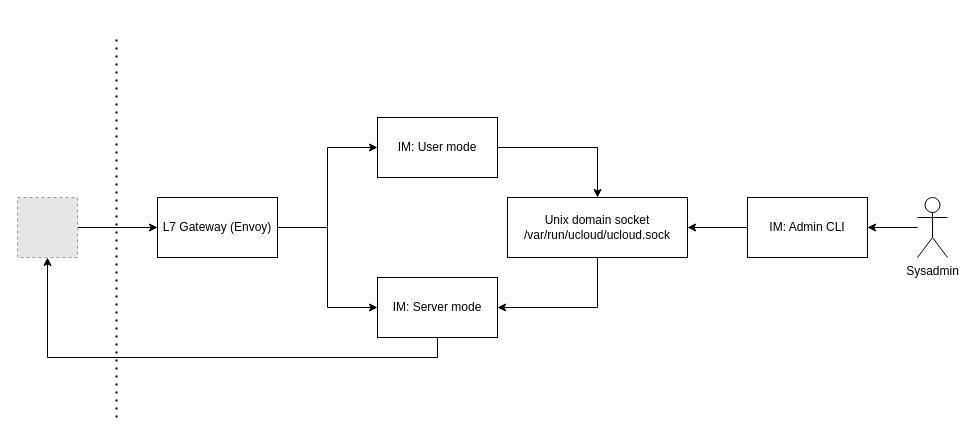
Earlier version of the draw.io diagram page "Overview" (1 of 3) of provider-integration/wiki/im_arch.drawio (SDU-eScience/UCloud). Source tidied: cells renumbered, new cells numbered last; positions are measured from the earlier drawing's top-left corner, leaving out a move shared by most shapes. Both pictures are drawn from the tidied source at 100%, with x=0, y=0 at pixel (17, 37). Pictures stored in the file or linked from it are replaced by grey dashed boxes.
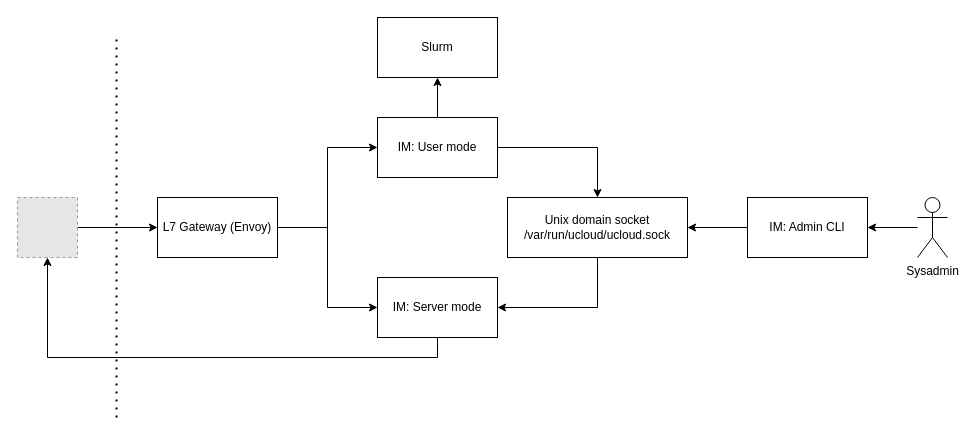
After the change.

The change refers to these unchanged cells:
```xml
<mxCell id="9" value="IM: User mode" style="rounded=0;whiteSpace=wrap;html=1;" parent="1" vertex="1">
  <mxGeometry x="360" y="80" width="120" height="60" as="geometry" />
</mxCell>
```

Change to the diagram source:
```diff
@@
+    <mxCell id="18" style="edgeStyle=orthogonalEdgeStyle;rounded=0;jettySize=auto;html=1;" parent="1" edge="1" source="9" target="19">
+      <mxGeometry relative="1" as="geometry" />
+    </mxCell>
@@
+    <mxCell id="19" value="Slurm" style="rounded=0;whiteSpace=wrap;html=1;" parent="1" vertex="1">
+      <mxGeometry x="360" y="-20" width="120" height="60" as="geometry" />
+    </mxCell>
```
